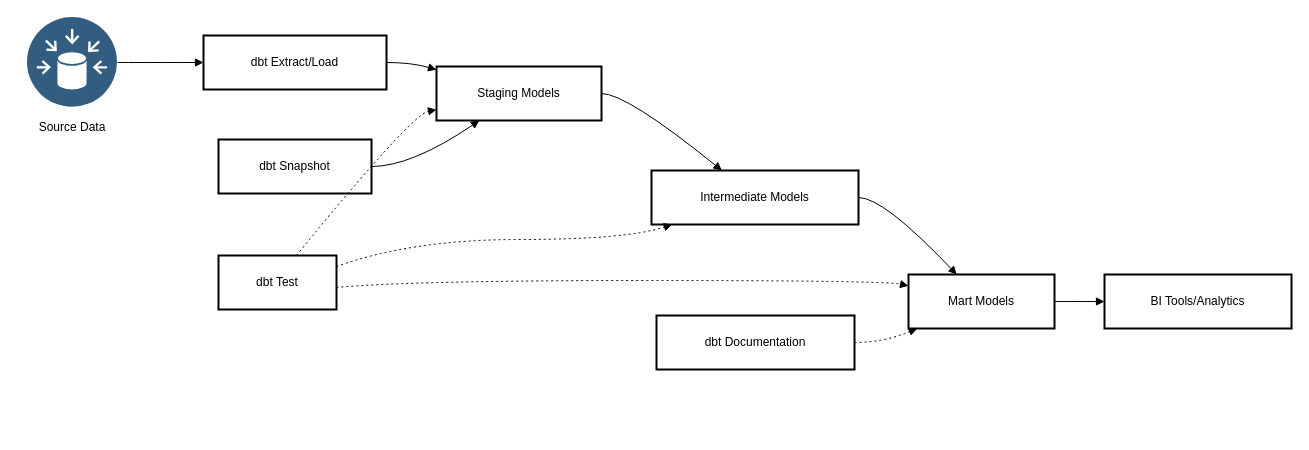
Before: draw.io/dbt achitecture.drawio in canadadry1225521/architecture-design, a draw.io diagram. Source tidied: cells renumbered, new cells numbered last; positions are measured from the earlier drawing's top-left corner, leaving out a move shared by most shapes. Both pictures are drawn from the tidied source at 100%, with x=0, y=0 at pixel (17, 17). Pictures stored in the file or linked from it are replaced by grey dashed boxes.
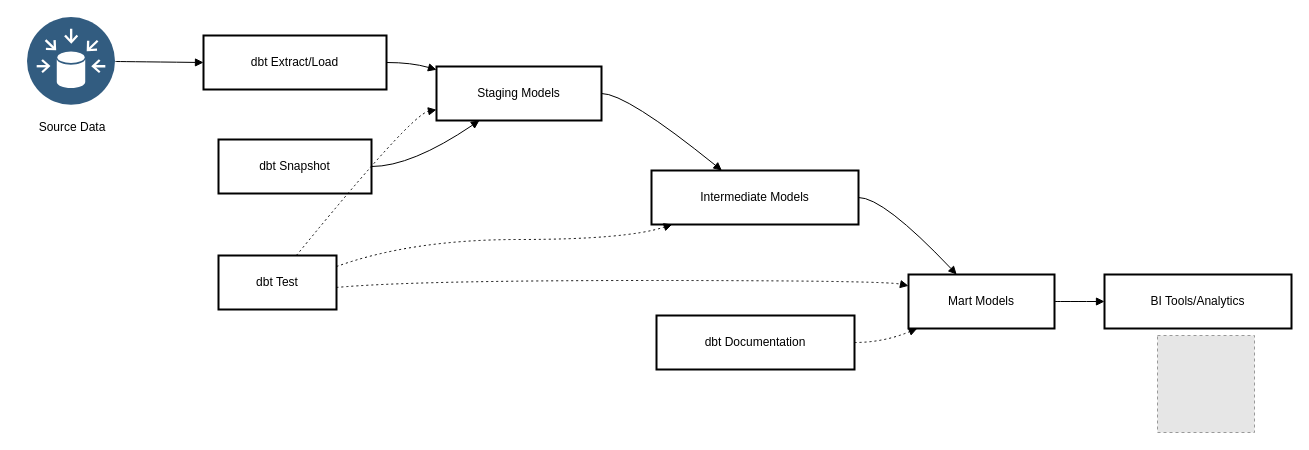
Above is the later version.

Diff of the diagram source:
```diff
@@
     <mxCell id="20" style="image;perimeter=ellipsePerimeter;html=1;align=center;shadow=0;dashed=0;fontColor=#4277BB;labelBackgroundColor=default;fontSize=12;spacingTop=3;image=img/lib/ibm/data/data_sources.svg;" parent="1" vertex="1">
-      <mxGeometry x="10" width="90" height="90" as="geometry" />
+      <mxGeometry x="10" width="88" height="88" as="geometry" />
     </mxCell>
@@
+    <mxCell id="22" style="fillColor=#E6E6E6;strokeColor=#999999;dashed=1;html=1;verticalAlign=top;verticalLabelPosition=bottom;labelBackgroundColor=#ffffff;" parent="1" vertex="1">
+      <mxGeometry x="1140" y="318" width="97" height="97" as="geometry" />
+    </mxCell>
```
